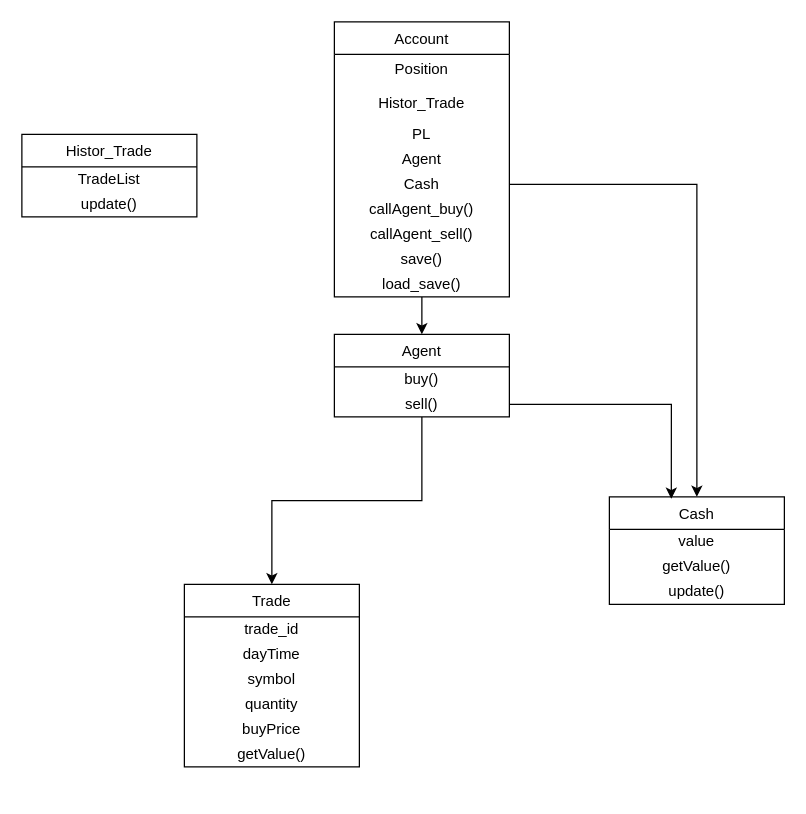
Earlier version of the draw.io diagram Class_diagrams.drawio (MyName-isHello/stockDashbord). Source tidied: cells renumbered, new cells numbered last; positions are measured from the earlier drawing's top-left corner, leaving out a move shared by most shapes. Both pictures are drawn from the tidied source at 125%, with x=0, y=0 at pixel (21, 21).
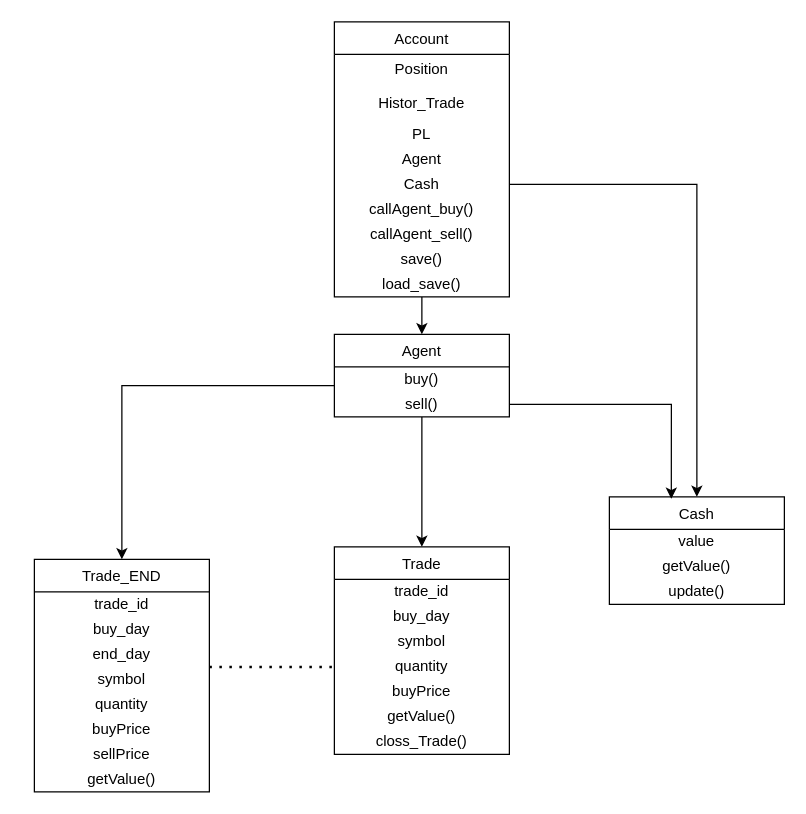
Above is the later version.

Commit message:
add a class Trade_END at class diagrams

The change refers to these unchanged cells:
```xml
<mxCell id="16" value="quantity" style="text;html=1;strokeColor=none;fillColor=none;align=center;verticalAlign=middle;whiteSpace=wrap;rounded=0;" parent="12" vertex="1">
  <mxGeometry y="86" width="140" height="20" as="geometry" />
</mxCell>
<mxCell id="20" value="buy()" style="text;html=1;strokeColor=none;fillColor=none;align=center;verticalAlign=middle;whiteSpace=wrap;rounded=0;" parent="19" vertex="1">
  <mxGeometry y="26" width="140" height="20" as="geometry" />
</mxCell>
```

Diff of the diagram source:
```diff
@@
     <mxCell id="12" value="Trade" style="swimlane;fontStyle=0;horizontal=1;startSize=26;" parent="1" vertex="1">
-      <mxGeometry x="130" y="450" width="140" height="146" as="geometry" />
+      <mxGeometry x="250" y="420" width="140" height="166" as="geometry" />
     </mxCell>
@@
-    <mxCell id="14" value="&lt;span style=&quot;text-align: left&quot;&gt;dayTime&lt;/span&gt;" style="text;html=1;strokeColor=none;fillColor=none;align=center;verticalAlign=middle;whiteSpace=wrap;rounded=0;" parent="12" vertex="1">
+    <mxCell id="14" value="&lt;span style=&quot;text-align: left&quot;&gt;buy_day&lt;/span&gt;" style="text;html=1;strokeColor=none;fillColor=none;align=center;verticalAlign=middle;whiteSpace=wrap;rounded=0;" parent="12" vertex="1">
       <mxGeometry y="46" width="140" height="20" as="geometry" />
     </mxCell>
@@
+    <mxCell id="33" value="closs_Trade()" style="text;html=1;strokeColor=none;fillColor=none;align=center;verticalAlign=middle;whiteSpace=wrap;rounded=0;" parent="12" vertex="1">
+      <mxGeometry y="146" width="140" height="20" as="geometry" />
+    </mxCell>
@@
-    <mxCell id="30" value="Histor_Trade" style="swimlane;fontStyle=0;horizontal=1;startSize=26;" parent="1" vertex="1">
-      <mxGeometry y="90" width="140" height="66" as="geometry" />
-    </mxCell>
-    <mxCell id="31" value="TradeList" style="text;html=1;strokeColor=none;fillColor=none;align=center;verticalAlign=middle;whiteSpace=wrap;rounded=0;" parent="30" vertex="1">
-      <mxGeometry y="26" width="140" height="20" as="geometry" />
-    </mxCell>
-    <mxCell id="32" value="update()" style="text;html=1;strokeColor=none;fillColor=none;align=center;verticalAlign=middle;whiteSpace=wrap;rounded=0;" parent="30" vertex="1">
-      <mxGeometry y="46" width="140" height="20" as="geometry" />
-    </mxCell>
+    <mxCell id="34" value="Trade_END" style="swimlane;fontStyle=0;horizontal=1;startSize=26;" parent="1" vertex="1">
+      <mxGeometry x="10" y="430" width="140" height="186" as="geometry" />
+    </mxCell>
+    <mxCell id="35" value="trade_id" style="text;html=1;strokeColor=none;fillColor=none;align=center;verticalAlign=middle;whiteSpace=wrap;rounded=0;" parent="34" vertex="1">
+      <mxGeometry y="26" width="140" height="20" as="geometry" />
+    </mxCell>
+    <mxCell id="36" value="&lt;span style=&quot;text-align: left&quot;&gt;buy_day&lt;/span&gt;" style="text;html=1;strokeColor=none;fillColor=none;align=center;verticalAlign=middle;whiteSpace=wrap;rounded=0;" parent="34" vertex="1">
+      <mxGeometry y="46" width="140" height="20" as="geometry" />
+    </mxCell>
+    <mxCell id="37" value="end_day" style="text;html=1;strokeColor=none;fillColor=none;align=center;verticalAlign=middle;whiteSpace=wrap;rounded=0;" parent="34" vertex="1">
+      <mxGeometry y="66" width="140" height="20" as="geometry" />
+    </mxCell>
+    <mxCell id="38" value="symbol" style="text;html=1;strokeColor=none;fillColor=none;align=center;verticalAlign=middle;whiteSpace=wrap;rounded=0;" parent="34" vertex="1">
+      <mxGeometry y="86" width="140" height="20" as="geometry" />
+    </mxCell>
+    <mxCell id="39" value="quantity" style="text;html=1;strokeColor=none;fillColor=none;align=center;verticalAlign=middle;whiteSpace=wrap;rounded=0;" parent="34" vertex="1">
+      <mxGeometry y="106" width="140" height="20" as="geometry" />
+    </mxCell>
+    <mxCell id="40" value="buyPrice" style="text;html=1;strokeColor=none;fillColor=none;align=center;verticalAlign=middle;whiteSpace=wrap;rounded=0;" parent="34" vertex="1">
+      <mxGeometry y="126" width="140" height="20" as="geometry" />
+    </mxCell>
+    <mxCell id="41" value="sellPrice" style="text;html=1;strokeColor=none;fillColor=none;align=center;verticalAlign=middle;whiteSpace=wrap;rounded=0;" parent="34" vertex="1">
+      <mxGeometry y="146" width="140" height="20" as="geometry" />
+    </mxCell>
+    <mxCell id="42" value="getValue()" style="text;html=1;strokeColor=none;fillColor=none;align=center;verticalAlign=middle;whiteSpace=wrap;rounded=0;" parent="34" vertex="1">
+      <mxGeometry y="166" width="140" height="20" as="geometry" />
+    </mxCell>
+    <mxCell id="43" style="endArrow=none;dashed=1;html=1;dashPattern=1 3;strokeWidth=2;entryX=0;entryY=0.5;entryDx=0;entryDy=0;exitX=1;exitY=0;exitDx=0;exitDy=0;" parent="1" edge="1" source="38" target="16">
+      <mxGeometry relative="1" as="geometry" />
+    </mxCell>
+    <mxCell id="44" style="edgeStyle=orthogonalEdgeStyle;rounded=0;jettySize=auto;html=1;exitX=0;exitY=0.75;exitDx=0;exitDy=0;entryX=0.5;entryY=0;entryDx=0;entryDy=0;" parent="1" edge="1" source="20" target="34">
+      <mxGeometry relative="1" as="geometry" />
+    </mxCell>
```
